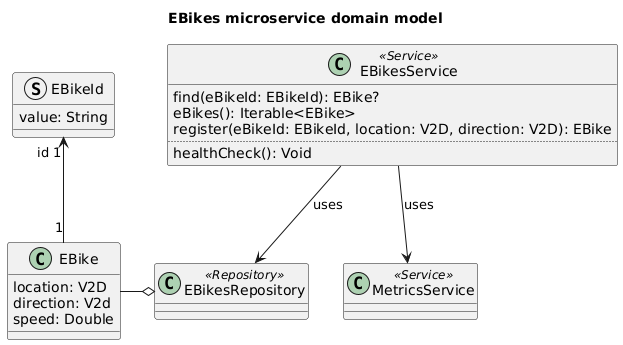
Above: doc/diagrams/ebikes-microservice-domain-model.png in Ventus218/SAP-assignment-02 (PlantUML), before the change.
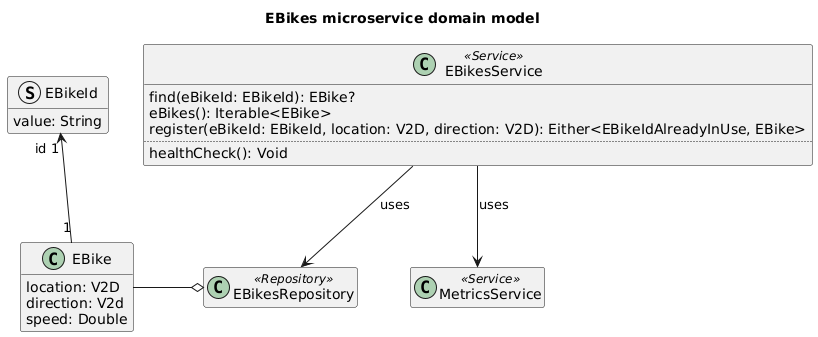
After the commit.

What changed in the source:
```diff
@@ -18,7 +18,7 @@
 class EBikesService <<Service>> {
     find(eBikeId: EBikeId): EBike?
     eBikes(): Iterable<EBike>
-    register(eBikeId: EBikeId, location: V2D, direction: V2D): EBike
+    register(eBikeId: EBikeId, location: V2D, direction: V2D): Either<EBikeIdAlreadyInUse, EBike>
     ..
     healthCheck(): Void
 }
@@ -28,4 +28,6 @@
 class MetricsService <<Service>>
 EBikesService --> MetricsService : "uses"
 
+hide empty members
+
 @enduml
```
